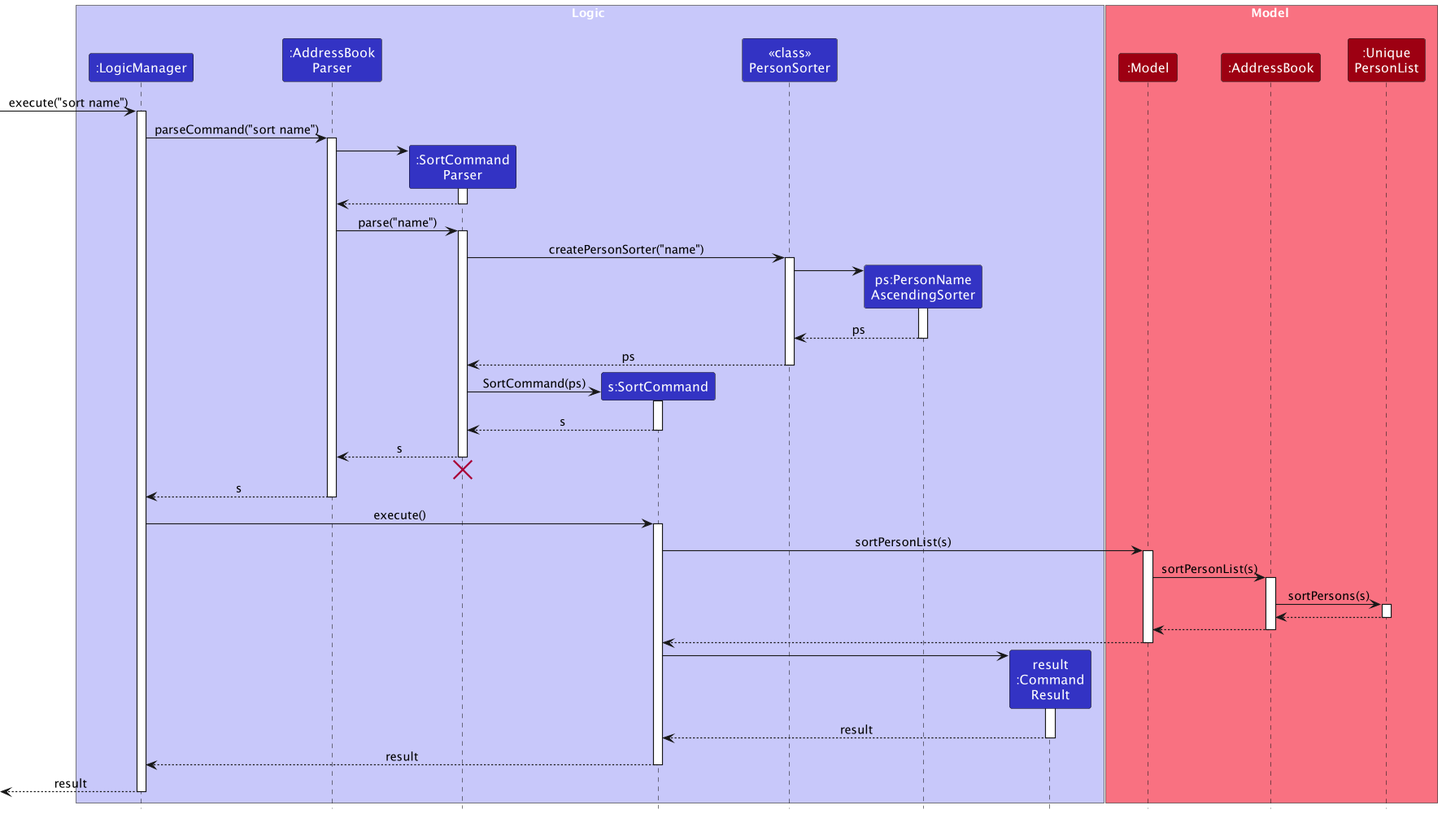
Above: docs/images/SortSequenceDiagram.png in tanteckfang/tp (PlantUML), before the change.
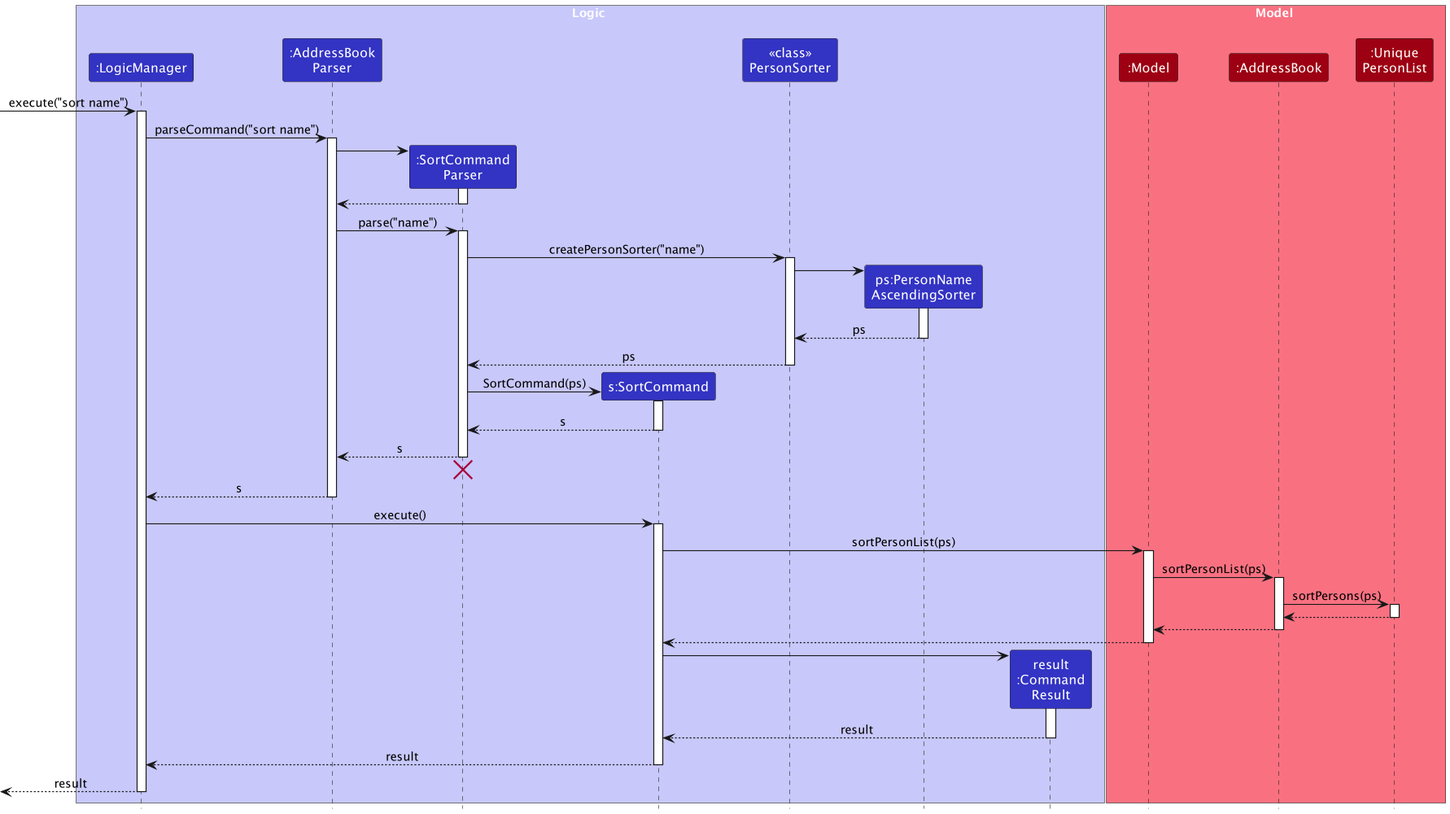
The same file after the commit.

Change to the diagram source:
```diff
@@ -67,13 +67,13 @@
 LogicManager -> SortCommand : execute()
 activate SortCommand
 
-SortCommand -> Model : sortPersonList(s)
+SortCommand -> Model : sortPersonList(ps)
 activate Model
 
-Model -> AddressBook : sortPersonList(s)
+Model -> AddressBook : sortPersonList(ps)
 activate AddressBook
 
-AddressBook -> UniquePersonList : sortPersons(s)
+AddressBook -> UniquePersonList : sortPersons(ps)
 activate UniquePersonList
 
 UniquePersonList --> AddressBook
```
